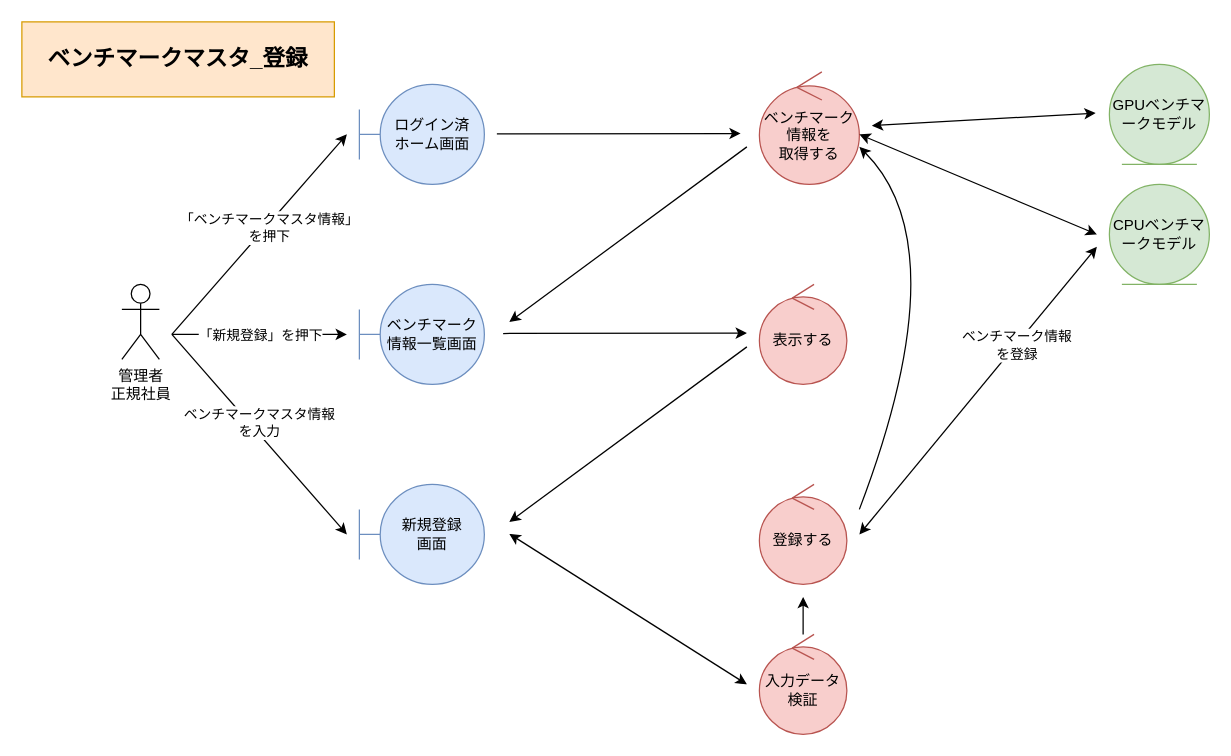
HaruShim/Sotuken keeps this draw.io diagram as page "*ボトルネックマスタ_登録" (1 of 4) of 各種設計書/3ロバストネス図/マスタ管理/F06ボトルネックマスタ.drawio. Above is the earlier version. Source tidied: cells renumbered, new cells numbered last; positions are measured from the earlier drawing's top-left corner, leaving out a move shared by most shapes. Both pictures are drawn from the tidied source at 125%, with x=0, y=0 at pixel (21, 21).
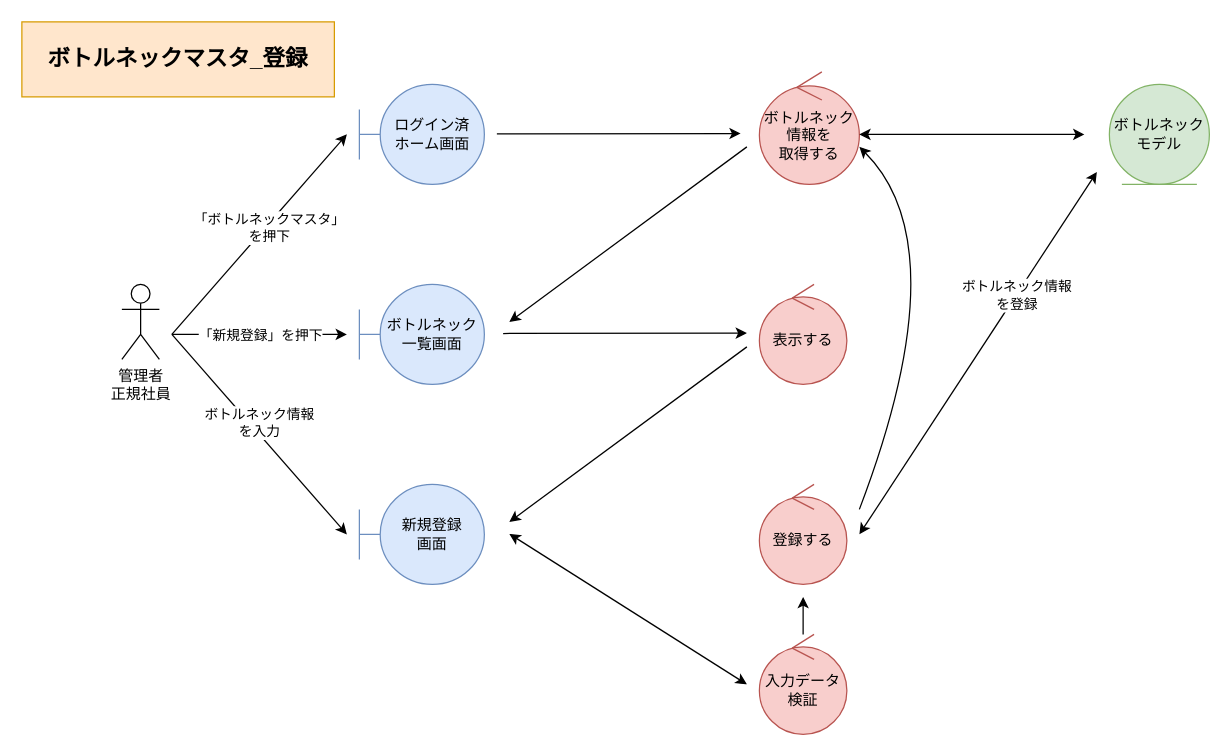
Above is the later version.

Unchanged cells that the change refers to:
```xml
<mxCell id="10" style="endArrow=classic;html=1;rounded=0;" parent="1" edge="1">
  <mxGeometry relative="1" as="geometry">
    <mxPoint x="120" y="250" as="sourcePoint" />
    <mxPoint x="260" y="90" as="targetPoint" />
  </mxGeometry>
</mxCell>
<mxCell id="12" style="endArrow=classic;html=1;rounded=0;" parent="1" edge="1">
  <mxGeometry relative="1" as="geometry">
    <mxPoint x="120" y="250" as="sourcePoint" />
    <mxPoint x="260" y="410" as="targetPoint" />
  </mxGeometry>
</mxCell>
```

Change to the diagram source:
```diff
@@
-    <mxCell id="4" value="ベンチマーク&lt;br&gt;情報一覧画面" style="shape=umlBoundary;whiteSpace=wrap;html=1;fillColor=#dae8fc;strokeColor=#6c8ebf;" parent="1" vertex="1">
+    <mxCell id="4" value="ボトルネック&lt;br&gt;一覧画面" style="shape=umlBoundary;whiteSpace=wrap;html=1;fillColor=#dae8fc;strokeColor=#6c8ebf;" parent="1" vertex="1">
       <mxGeometry x="270" y="210" width="100" height="80" as="geometry" />
     </mxCell>
@@
-    <mxCell id="6" value="ベンチマーク&lt;br&gt;情報を&lt;br&gt;取得する" style="ellipse;shape=umlControl;whiteSpace=wrap;html=1;fillColor=#f8cecc;strokeColor=#b85450;" parent="1" vertex="1">
+    <mxCell id="6" value="ボトルネック&lt;br&gt;情報を&lt;br&gt;取得する" style="ellipse;shape=umlControl;whiteSpace=wrap;html=1;fillColor=#f8cecc;strokeColor=#b85450;" parent="1" vertex="1">
       <mxGeometry x="590" y="40" width="80" height="90" as="geometry" />
     </mxCell>
-    <mxCell id="7" value="CPUベンチマークモデル" style="ellipse;shape=umlEntity;whiteSpace=wrap;html=1;fillColor=#d5e8d4;strokeColor=#82b366;" parent="1" vertex="1">
-      <mxGeometry x="870" y="130" width="80" height="80" as="geometry" />
+    <mxCell id="7" value="ボトルネック&lt;br&gt;モデル" style="ellipse;shape=umlEntity;whiteSpace=wrap;html=1;fillColor=#d5e8d4;strokeColor=#82b366;" parent="1" vertex="1">
+      <mxGeometry x="870" y="50" width="80" height="80" as="geometry" />
     </mxCell>
@@
-    <mxCell id="11" value="「ベンチマークマスタ情報」&lt;br&gt;を押下" style="edgeLabel;html=1;align=center;verticalAlign=middle;" parent="10" vertex="1">
+    <mxCell id="11" value="「ボトルネックマスタ」&lt;br&gt;を押下" style="edgeLabel;html=1;align=center;verticalAlign=middle;" parent="10" vertex="1">
       <mxGeometry x="0.21" y="-2" relative="1" as="geometry">
         <mxPoint x="-9" y="10" as="offset" />
       </mxGeometry>
     </mxCell>
@@
-    <mxCell id="13" value="ベンチマークマスタ情報&lt;br&gt;を入力" style="edgeLabel;html=1;align=center;verticalAlign=middle;" parent="12" vertex="1">
+    <mxCell id="13" value="ボトルネック情報&lt;br&gt;を入力" style="edgeLabel;html=1;align=center;verticalAlign=middle;" parent="12" vertex="1">
       <mxGeometry x="-0.23" y="-2" relative="1" as="geometry">
         <mxPoint x="17" y="7" as="offset" />
       </mxGeometry>
     </mxCell>
@@
     <mxCell id="16" style="endArrow=classic;html=1;rounded=0;startArrow=classic;startFill=1;" parent="1" edge="1">
       <mxGeometry relative="1" as="geometry">
         <mxPoint x="670" y="90" as="sourcePoint" />
-        <mxPoint x="860" y="170" as="targetPoint" />
+        <mxPoint x="850" y="90" as="targetPoint" />
       </mxGeometry>
     </mxCell>
@@
     <mxCell id="21" style="endArrow=classic;html=1;rounded=0;startArrow=classic;startFill=1;" parent="1" edge="1">
       <mxGeometry relative="1" as="geometry">
         <mxPoint x="670" y="410" as="sourcePoint" />
-        <mxPoint x="860" y="180" as="targetPoint" />
+        <mxPoint x="860" y="120" as="targetPoint" />
       </mxGeometry>
     </mxCell>
-    <mxCell id="22" value="ベンチマーク情報&lt;br&gt;を登録" style="edgeLabel;html=1;align=center;verticalAlign=middle;" parent="21" vertex="1">
+    <mxCell id="22" value="ボトルネック情報&lt;br&gt;を登録" style="edgeLabel;html=1;align=center;verticalAlign=middle;" parent="21" vertex="1">
       <mxGeometry x="0.32" y="-1" relative="1" as="geometry">
         <mxPoint x="-1" as="offset" />
       </mxGeometry>
     </mxCell>
-    <mxCell id="23" value="ベンチマークマスタ_登録" style="rounded=0;whiteSpace=wrap;html=1;fillColor=#ffe6cc;strokeColor=#d79b00;fontStyle=1;fontSize=18;" parent="1" vertex="1">
+    <mxCell id="23" value="ボトルネックマスタ_登録" style="rounded=0;whiteSpace=wrap;html=1;fillColor=#ffe6cc;strokeColor=#d79b00;fontStyle=1;fontSize=18;" parent="1" vertex="1">
       <mxGeometry width="250" height="60" as="geometry" />
     </mxCell>
@@
-    <mxCell id="28" value="GPUベンチマークモデル" style="ellipse;shape=umlEntity;whiteSpace=wrap;html=1;fillColor=#d5e8d4;strokeColor=#82b366;" parent="1" vertex="1">
-      <mxGeometry x="870" y="34" width="80" height="80" as="geometry" />
-    </mxCell>
-    <mxCell id="29" style="endArrow=classic;html=1;rounded=0;startArrow=classic;startFill=1;" parent="1" edge="1">
-      <mxGeometry relative="1" as="geometry">
-        <mxPoint x="680" y="83" as="sourcePoint" />
-        <mxPoint x="859" y="73" as="targetPoint" />
-      </mxGeometry>
-    </mxCell>
```
